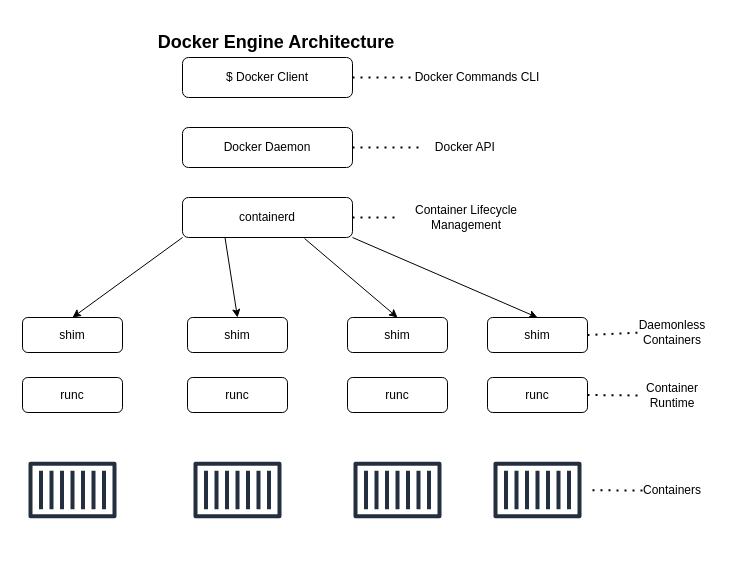
jayanthkmr/architecture-diagrams keeps this draw.io diagram as DockerArchitecture.drawio. Above is the earlier version. Source tidied: cells renumbered, new cells numbered last; positions are measured from the earlier drawing's top-left corner, leaving out a move shared by most shapes. Both pictures are drawn from the tidied source at 100%, with x=0, y=0 at pixel (17, 27).
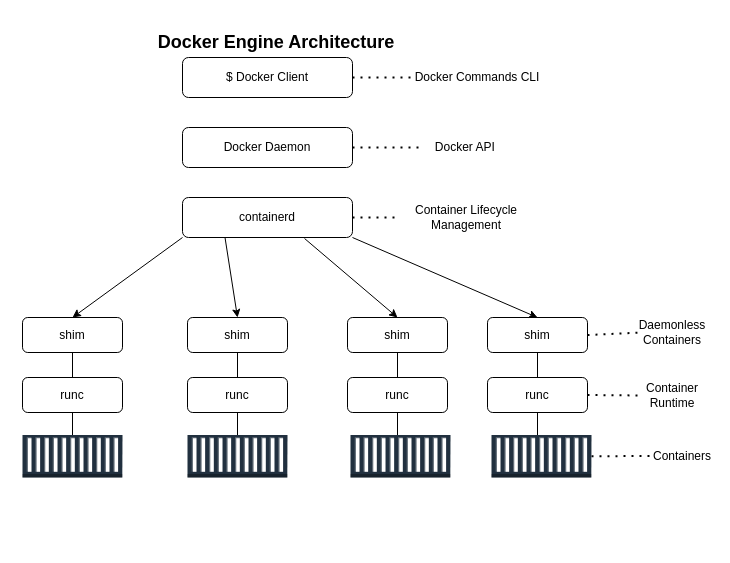
The same page after the edit.

Unchanged cells that the change refers to:
```xml
<mxCell id="5" value="shim" style="rounded=1;whiteSpace=wrap;html=1;" parent="1" vertex="1">
  <mxGeometry x="5" y="290" width="100" height="35" as="geometry" />
</mxCell>
<mxCell id="6" value="runc" style="rounded=1;whiteSpace=wrap;html=1;" parent="1" vertex="1">
  <mxGeometry x="5" y="350" width="100" height="35" as="geometry" />
</mxCell>
<mxCell id="8" value="shim" style="rounded=1;whiteSpace=wrap;html=1;" parent="1" vertex="1">
  <mxGeometry x="170" y="290" width="100" height="35" as="geometry" />
</mxCell>
<mxCell id="9" value="runc" style="rounded=1;whiteSpace=wrap;html=1;" parent="1" vertex="1">
  <mxGeometry x="170" y="350" width="100" height="35" as="geometry" />
</mxCell>
<mxCell id="11" value="shim" style="rounded=1;whiteSpace=wrap;html=1;" parent="1" vertex="1">
  <mxGeometry x="330" y="290" width="100" height="35" as="geometry" />
</mxCell>
<mxCell id="12" value="runc" style="rounded=1;whiteSpace=wrap;html=1;" parent="1" vertex="1">
  <mxGeometry x="330" y="350" width="100" height="35" as="geometry" />
</mxCell>
<mxCell id="14" value="shim" style="rounded=1;whiteSpace=wrap;html=1;" parent="1" vertex="1">
  <mxGeometry x="470" y="290" width="100" height="35" as="geometry" />
</mxCell>
<mxCell id="15" value="runc" style="rounded=1;whiteSpace=wrap;html=1;" parent="1" vertex="1">
  <mxGeometry x="470" y="350" width="100" height="35" as="geometry" />
</mxCell>
```

What changed in the source:
```diff
@@
+    <mxCell id="34" style="edgeStyle=orthogonalEdgeStyle;rounded=0;jettySize=auto;html=1;exitX=0.5;exitY=1;exitDx=0;exitDy=0;endArrow=none;endFill=0;" parent="1" edge="1" source="6">
+      <mxGeometry relative="1" as="geometry">
+        <mxPoint x="55" y="407.5" as="targetPoint" />
+      </mxGeometry>
+    </mxCell>
@@
-    <mxCell id="7" style="sketch=0;fontColor=#232F3E;gradientColor=none;strokeColor=#232F3E;fillColor=#ffffff;dashed=0;verticalLabelPosition=bottom;verticalAlign=top;align=center;html=1;fontSize=12;fontStyle=0;shape=mxgraph.aws4.resourceIcon;resIcon=mxgraph.aws4.container_1;" parent="1" vertex="1">
-      <mxGeometry y="407.5" width="110" height="110" as="geometry" />
-    </mxCell>
+    <mxCell id="35" style="edgeStyle=orthogonalEdgeStyle;rounded=0;jettySize=auto;html=1;exitX=0.5;exitY=1;exitDx=0;exitDy=0;entryX=0.5;entryY=0;entryDx=0;entryDy=0;endArrow=none;endFill=0;" parent="1" edge="1" source="8" target="9">
+      <mxGeometry relative="1" as="geometry" />
+    </mxCell>
@@
+    <mxCell id="36" style="edgeStyle=orthogonalEdgeStyle;rounded=0;jettySize=auto;html=1;exitX=0.5;exitY=1;exitDx=0;exitDy=0;endArrow=none;endFill=0;" parent="1" edge="1" source="9">
+      <mxGeometry relative="1" as="geometry">
+        <mxPoint x="220" y="407.5" as="targetPoint" />
+      </mxGeometry>
+    </mxCell>
@@
-    <mxCell id="10" style="sketch=0;fontColor=#232F3E;gradientColor=none;strokeColor=#232F3E;fillColor=#ffffff;dashed=0;verticalLabelPosition=bottom;verticalAlign=top;align=center;html=1;fontSize=12;fontStyle=0;shape=mxgraph.aws4.resourceIcon;resIcon=mxgraph.aws4.container_1;" parent="1" vertex="1">
-      <mxGeometry x="165" y="407.5" width="110" height="110" as="geometry" />
-    </mxCell>
+    <mxCell id="37" style="edgeStyle=orthogonalEdgeStyle;rounded=0;jettySize=auto;html=1;exitX=0.5;exitY=1;exitDx=0;exitDy=0;entryX=0.5;entryY=0;entryDx=0;entryDy=0;endArrow=none;endFill=0;" parent="1" edge="1" source="11" target="12">
+      <mxGeometry relative="1" as="geometry" />
+    </mxCell>
@@
+    <mxCell id="38" style="edgeStyle=orthogonalEdgeStyle;rounded=0;jettySize=auto;html=1;exitX=0.5;exitY=1;exitDx=0;exitDy=0;endArrow=none;endFill=0;" parent="1" edge="1" source="12">
+      <mxGeometry relative="1" as="geometry">
+        <mxPoint x="380" y="407.5" as="targetPoint" />
+      </mxGeometry>
+    </mxCell>
@@
-    <mxCell id="13" style="sketch=0;fontColor=#232F3E;gradientColor=none;strokeColor=#232F3E;fillColor=#ffffff;dashed=0;verticalLabelPosition=bottom;verticalAlign=top;align=center;html=1;fontSize=12;fontStyle=0;shape=mxgraph.aws4.resourceIcon;resIcon=mxgraph.aws4.container_1;" parent="1" vertex="1">
-      <mxGeometry x="325" y="407.5" width="110" height="110" as="geometry" />
-    </mxCell>
+    <mxCell id="39" style="edgeStyle=orthogonalEdgeStyle;rounded=0;jettySize=auto;html=1;exitX=0.5;exitY=1;exitDx=0;exitDy=0;entryX=0.5;entryY=0;entryDx=0;entryDy=0;endArrow=none;endFill=0;" parent="1" edge="1" source="14" target="15">
+      <mxGeometry relative="1" as="geometry" />
+    </mxCell>
@@
+    <mxCell id="40" style="edgeStyle=orthogonalEdgeStyle;rounded=0;jettySize=auto;html=1;exitX=0.5;exitY=1;exitDx=0;exitDy=0;endArrow=none;endFill=0;" parent="1" edge="1" source="15">
+      <mxGeometry relative="1" as="geometry">
+        <mxPoint x="520" y="407.5" as="targetPoint" />
+      </mxGeometry>
+    </mxCell>
@@
-    <mxCell id="16" style="sketch=0;outlineConnect=0;fontColor=#232F3E;gradientColor=none;strokeColor=#232F3E;fillColor=#ffffff;dashed=0;verticalLabelPosition=bottom;verticalAlign=top;align=center;html=1;fontSize=12;fontStyle=0;shape=mxgraph.aws4.resourceIcon;resIcon=mxgraph.aws4.container_1;" parent="1" vertex="1">
-      <mxGeometry x="465" y="407.5" width="110" height="110" as="geometry" />
-    </mxCell>
@@
     <mxCell id="26" value="Containers" style="text;html=1;align=center;verticalAlign=middle;whiteSpace=wrap;rounded=0;" parent="1" vertex="1">
-      <mxGeometry x="625" y="448" width="60" height="30" as="geometry" />
+      <mxGeometry x="635" y="413.5" width="60" height="30" as="geometry" />
     </mxCell>
@@
-    <mxCell id="32" style="endArrow=none;dashed=1;html=1;dashPattern=1 3;strokeWidth=2;rounded=0;entryX=0;entryY=0.5;entryDx=0;entryDy=0;" parent="1" edge="1" source="16" target="26">
+    <mxCell id="32" style="endArrow=none;dashed=1;html=1;dashPattern=1 3;strokeWidth=2;rounded=0;entryX=0;entryY=0.5;entryDx=0;entryDy=0;exitX=1;exitY=0.5;exitDx=0;exitDy=0;exitPerimeter=0;" parent="1" edge="1" source="45" target="26">
       <mxGeometry relative="1" as="geometry" />
     </mxCell>
@@
+    <mxCell id="41" style="endArrow=none;html=1;rounded=0;exitX=0.5;exitY=1;exitDx=0;exitDy=0;" parent="1" edge="1" source="5" target="6">
+      <mxGeometry relative="1" as="geometry" />
+    </mxCell>
+    <mxCell id="42" style="dashed=0;verticalLabelPosition=bottom;verticalAlign=top;align=center;html=1;shape=mxgraph.aws3.ec2_compute_container;fillColor=#21303f;gradientColor=none;" parent="1" vertex="1">
+      <mxGeometry x="5" y="407.5" width="100" height="42.5" as="geometry" />
+    </mxCell>
+    <mxCell id="43" style="dashed=0;verticalLabelPosition=bottom;verticalAlign=top;align=center;html=1;shape=mxgraph.aws3.ec2_compute_container;fillColor=#21303f;gradientColor=none;" parent="1" vertex="1">
+      <mxGeometry x="170" y="407.5" width="100" height="42.5" as="geometry" />
+    </mxCell>
+    <mxCell id="44" style="dashed=0;verticalLabelPosition=bottom;verticalAlign=top;align=center;html=1;shape=mxgraph.aws3.ec2_compute_container;fillColor=#21303f;gradientColor=none;" parent="1" vertex="1">
+      <mxGeometry x="333" y="407.5" width="100" height="42.5" as="geometry" />
+    </mxCell>
+    <mxCell id="45" style="outlineConnect=0;dashed=0;verticalLabelPosition=bottom;verticalAlign=top;align=center;html=1;shape=mxgraph.aws3.ec2_compute_container;fillColor=#21303f;gradientColor=none;" parent="1" vertex="1">
+      <mxGeometry x="474" y="407.5" width="100" height="42.5" as="geometry" />
+    </mxCell>
```
